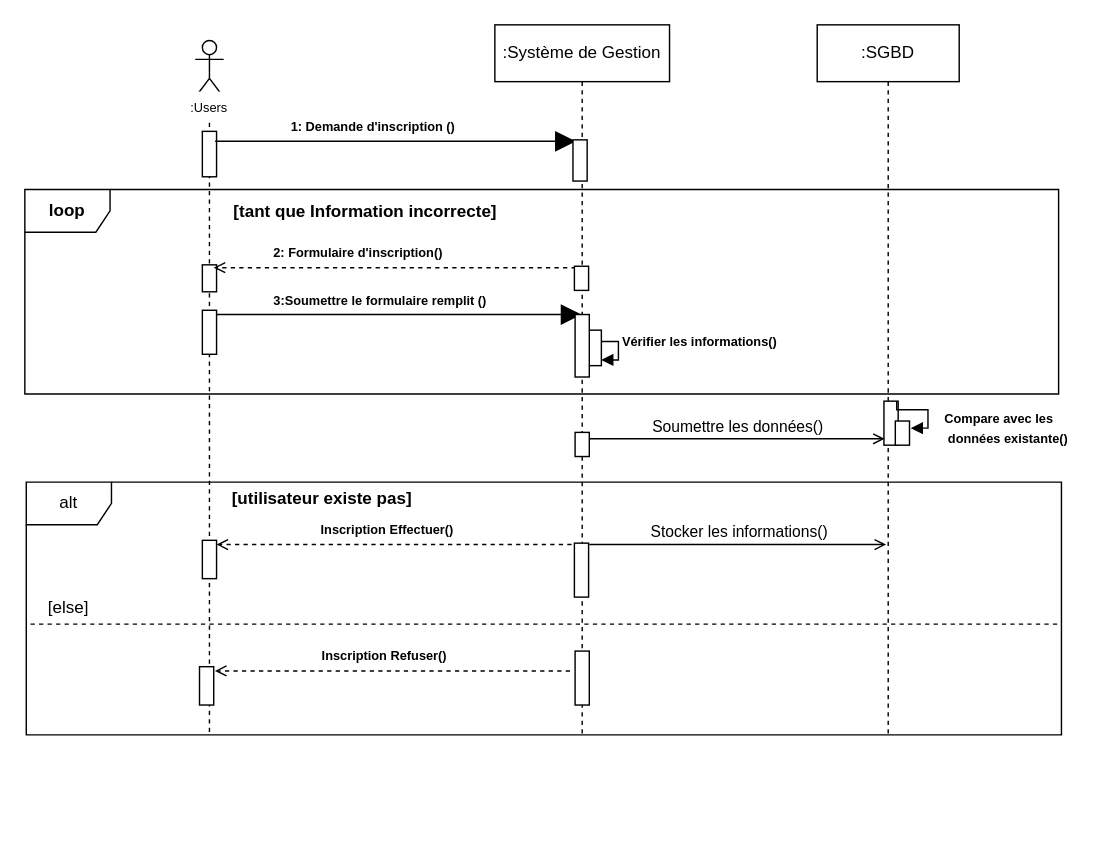
louis-fresnel99/TpGasaL1 keeps this draw.io diagram as Diagramme sequence5.drawio. Above is the earlier version. Source tidied: cells renumbered, new cells numbered last; positions are measured from the earlier drawing's top-left corner, leaving out a move shared by most shapes. Both pictures are drawn from the tidied source at 142%, with x=0, y=0 at pixel (24, 24).
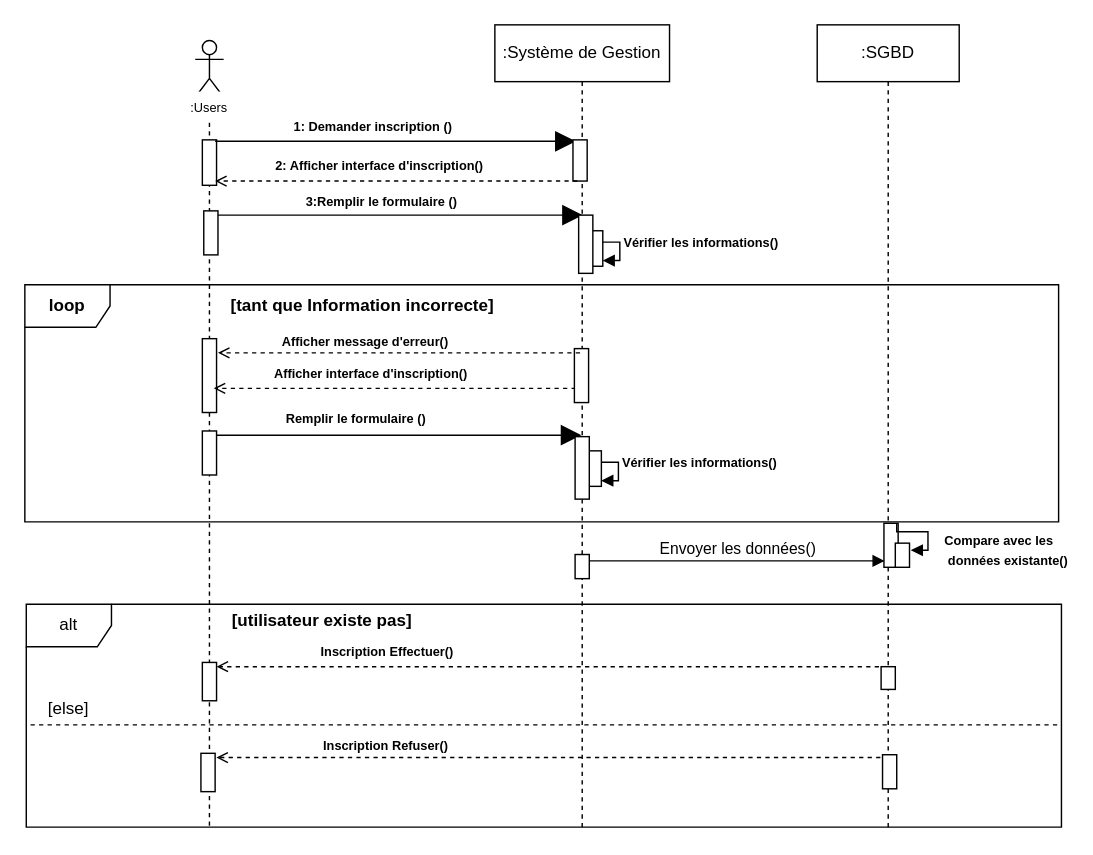
The same page after the edit.

Commit message:
Mettre à jour Diagramme sequence5.drawio

The edit, as a diff of the source:
```diff
@@
     <mxCell id="2" value=":Système de Gestion" style="shape=umlLifeline;perimeter=lifelinePerimeter;whiteSpace=wrap;html=1;newEdgeStyle={&quot;edgeStyle&quot;:&quot;elbowEdgeStyle&quot;,&quot;elbow&quot;:&quot;vertical&quot;,&quot;curved&quot;:0,&quot;rounded&quot;:0};fillColor=light-dark(#FFFFFF, #ffffff);strokeColor=light-dark(#000000,#000000);labelBackgroundColor=none;fontColor=light-dark(#000000,#000000);" parent="1" vertex="1">
-      <mxGeometry x="331" width="123" height="502" as="geometry" />
+      <mxGeometry x="331" width="123" height="567" as="geometry" />
     </mxCell>
     <mxCell id="3" style="shape=umlLifeline;perimeter=lifelinePerimeter;whiteSpace=wrap;html=1;newEdgeStyle={&quot;curved&quot;:0,&quot;rounded&quot;:0};participant=umlActor;fillColor=light-dark(#FFFFFF,#000000);strokeColor=light-dark(#000000,#000000);" parent="1" vertex="1">
-      <mxGeometry x="120" y="11" width="20" height="488" as="geometry" />
+      <mxGeometry x="120" y="11" width="20" height="554" as="geometry" />
     </mxCell>
     <mxCell id="4" style="html=1;perimeter=orthogonalPerimeter;targetShapes=umlLifeline;newEdgeStyle={&quot;curved&quot;:0,&quot;rounded&quot;:0};fillColor=light-dark(#FFFFFF,#FFFFFF);strokeColor=light-dark(#000000,#000000);" parent="3" vertex="1">
-      <mxGeometry x="5" y="64" width="10" height="32" as="geometry" />
+      <mxGeometry x="5" y="70" width="10" height="32" as="geometry" />
     </mxCell>
     <mxCell id="5" style="html=1;perimeter=orthogonalPerimeter;targetShapes=umlLifeline;newEdgeStyle={&quot;curved&quot;:0,&quot;rounded&quot;:0};fillColor=light-dark(#FFFFFF,#FFFFFF);strokeColor=light-dark(#000000,#000000);" parent="3" vertex="1">
-      <mxGeometry x="5" y="158" width="10" height="19" as="geometry" />
+      <mxGeometry x="5" y="210" width="10" height="52" as="geometry" />
     </mxCell>
     <mxCell id="6" style="html=1;perimeter=orthogonalPerimeter;targetShapes=umlLifeline;newEdgeStyle={&quot;curved&quot;:0,&quot;rounded&quot;:0};fillColor=light-dark(#FFFFFF,#FFFFFF);strokeColor=light-dark(#000000,#000000);" parent="3" vertex="1">
-      <mxGeometry x="5" y="190" width="10" height="31" as="geometry" />
+      <mxGeometry x="5" y="275" width="10" height="31" as="geometry" />
     </mxCell>
     <mxCell id="7" style="html=1;perimeter=orthogonalPerimeter;targetShapes=umlLifeline;newEdgeStyle={&quot;curved&quot;:0,&quot;rounded&quot;:0};fillColor=light-dark(#FFFFFF,#FFFFFF);strokeColor=light-dark(#000000,#000000);" parent="3" vertex="1">
-      <mxGeometry x="5" y="352" width="10" height="27" as="geometry" />
+      <mxGeometry x="5" y="438" width="10" height="27" as="geometry" />
     </mxCell>
@@
-    <mxCell id="9" value="&lt;font style=&quot;font-size: 9px;&quot;&gt;&lt;b&gt;1: Demande d'inscription ()&lt;/b&gt;&lt;/font&gt;" style="text;html=1;align=center;verticalAlign=middle;whiteSpace=wrap;rounded=0;" parent="1" vertex="1">
+    <mxCell id="9" value="&lt;font style=&quot;font-size: 9px;&quot;&gt;&lt;b&gt;1: Demander inscription ()&lt;/b&gt;&lt;/font&gt;" style="text;html=1;align=center;verticalAlign=middle;whiteSpace=wrap;rounded=0;" parent="1" vertex="1">
       <mxGeometry x="185" y="60" width="121" height="22" as="geometry" />
     </mxCell>
     <mxCell id="10" style="endArrow=open;html=1;rounded=0;strokeColor=light-dark(#000000,#000000);dashed=1;strokeWidth=1;endFill=0;" parent="1" edge="1">
       <mxGeometry relative="1" as="geometry">
-        <mxPoint x="388" y="171" as="sourcePoint" />
-        <mxPoint x="133" y="171" as="targetPoint" />
+        <mxPoint x="388" y="256" as="sourcePoint" />
+        <mxPoint x="133" y="256" as="targetPoint" />
       </mxGeometry>
     </mxCell>
-    <mxCell id="11" value="&lt;font style=&quot;color: light-dark(rgb(0, 0, 0), rgb(0, 0, 0)); font-size: 9px;&quot;&gt;&lt;b&gt;2: Formulaire d'inscription()&lt;/b&gt;&lt;/font&gt;" style="text;html=1;align=center;verticalAlign=middle;whiteSpace=wrap;rounded=0;" parent="1" vertex="1">
-      <mxGeometry x="169" y="149" width="132" height="22" as="geometry" />
+    <mxCell id="11" value="&lt;b style=&quot;font-size: 9px;&quot;&gt;Afficher interface d'inscription()&lt;/b&gt;" style="text;html=1;align=center;verticalAlign=middle;whiteSpace=wrap;rounded=0;" parent="1" vertex="1">
+      <mxGeometry x="169" y="234" width="150" height="22" as="geometry" />
     </mxCell>
     <mxCell id="12" style="endArrow=block;endFill=1;endSize=12;html=1;rounded=0;strokeColor=light-dark(#000000,#000000);" parent="1" edge="1">
       <mxGeometry relative="1" as="geometry">
-        <mxPoint x="135" y="204" as="sourcePoint" />
-        <mxPoint x="392" y="204" as="targetPoint" />
+        <mxPoint x="135" y="289" as="sourcePoint" />
+        <mxPoint x="392" y="289" as="targetPoint" />
       </mxGeometry>
     </mxCell>
-    <mxCell id="13" value="&lt;font style=&quot;color: light-dark(rgb(0, 0, 0), rgb(0, 0, 0)); font-size: 9px;&quot;&gt;&lt;b&gt;3:Soumettre le formulaire remplit ()&lt;/b&gt;&lt;/font&gt;" style="text;html=1;align=center;verticalAlign=middle;whiteSpace=wrap;rounded=0;" parent="1" vertex="1">
-      <mxGeometry x="171" y="185" width="159" height="17" as="geometry" />
+    <mxCell id="13" value="&lt;font style=&quot;color: light-dark(rgb(0, 0, 0), rgb(0, 0, 0)); font-size: 9px;&quot;&gt;&lt;b&gt;Remplir le formulaire ()&lt;/b&gt;&lt;/font&gt;" style="text;html=1;align=center;verticalAlign=middle;whiteSpace=wrap;rounded=0;" parent="1" vertex="1">
+      <mxGeometry x="154" y="268" width="159" height="17" as="geometry" />
     </mxCell>
@@
     <mxCell id="15" value="&lt;b&gt;loop&lt;/b&gt;" style="shape=umlFrame;whiteSpace=wrap;html=1;" parent="1" vertex="1">
-      <mxGeometry y="116" width="728" height="144" as="geometry" />
+      <mxGeometry y="183" width="728" height="167" as="geometry" />
     </mxCell>
     <mxCell id="16" value="&lt;b&gt;[tant que Information incorrecte]&lt;/b&gt;" style="text;html=1;align=center;verticalAlign=middle;whiteSpace=wrap;rounded=0;" parent="1" vertex="1">
-      <mxGeometry x="134.9" y="122" width="210.1" height="20" as="geometry" />
+      <mxGeometry x="133" y="188" width="210.1" height="20" as="geometry" />
     </mxCell>
     <mxCell id="17" value="&lt;font style=&quot;font-size: 9px;&quot;&gt;&lt;b&gt;Vérifier les informations()&lt;/b&gt;&lt;/font&gt;" style="html=1;align=left;spacingLeft=2;endArrow=block;rounded=0;edgeStyle=orthogonalEdgeStyle;curved=0;rounded=0;" parent="1" edge="1">
       <mxGeometry relative="1" as="geometry">
-        <mxPoint x="396" y="217" as="sourcePoint" />
-        <mxPoint x="405.9" y="236" as="targetPoint" />
+        <mxPoint x="396" y="302" as="sourcePoint" />
+        <mxPoint x="405.9" y="321" as="targetPoint" />
         <Array as="points">
-          <mxPoint x="396" y="223" />
-          <mxPoint x="418" y="223" />
-          <mxPoint x="418" y="236" />
+          <mxPoint x="396" y="308" />
+          <mxPoint x="418" y="308" />
+          <mxPoint x="418" y="321" />
         </Array>
       </mxGeometry>
     </mxCell>
     <mxCell id="18" style="html=1;perimeter=orthogonalPerimeter;targetShapes=umlLifeline;newEdgeStyle={&quot;curved&quot;:0,&quot;rounded&quot;:0};fillColor=light-dark(#FFFFFF,#FFFFFF);strokeColor=light-dark(#000000,#000000);" parent="1" vertex="1">
-      <mxGeometry x="396" y="215" width="10" height="25" as="geometry" />
+      <mxGeometry x="396" y="300" width="10" height="25" as="geometry" />
     </mxCell>
     <mxCell id="19" value="alt" style="shape=umlFrame;whiteSpace=wrap;html=1;" parent="1" vertex="1">
-      <mxGeometry x="1" y="322" width="729" height="178" as="geometry" />
+      <mxGeometry x="1" y="408" width="729" height="157" as="geometry" />
     </mxCell>
     <mxCell id="20" value="&lt;b&gt;[utilisateur existe pas]&lt;/b&gt;" style="text;html=1;align=center;verticalAlign=middle;whiteSpace=wrap;rounded=0;" parent="1" vertex="1">
-      <mxGeometry x="140" y="324" width="139" height="20" as="geometry" />
+      <mxGeometry x="140" y="410" width="139" height="20" as="geometry" />
     </mxCell>
-    <mxCell id="21" style="endArrow=open;html=1;rounded=0;strokeColor=light-dark(#000000,#000000);dashed=1;strokeWidth=1;endFill=0;" parent="1" edge="1">
+    <mxCell id="21" style="endArrow=open;html=1;rounded=0;strokeColor=light-dark(#000000,#000000);dashed=1;strokeWidth=1;endFill=0;" parent="1" edge="1" source="29">
       <mxGeometry relative="1" as="geometry">
-        <mxPoint x="385" y="366" as="sourcePoint" />
-        <mxPoint x="135" y="366" as="targetPoint" />
+        <mxPoint x="135" y="452" as="targetPoint" />
       </mxGeometry>
     </mxCell>
     <mxCell id="22" value="&lt;font style=&quot;color: light-dark(rgb(0, 0, 0), rgb(0, 0, 0)); font-size: 9px;&quot;&gt;&lt;b&gt;Inscription Effectuer()&lt;/b&gt;&lt;/font&gt;" style="text;html=1;align=center;verticalAlign=middle;whiteSpace=wrap;rounded=0;" parent="1" vertex="1">
-      <mxGeometry x="176" y="346" width="159" height="17" as="geometry" />
+      <mxGeometry x="176" y="432" width="159" height="17" as="geometry" />
     </mxCell>
     <mxCell id="23" style="line;strokeWidth=1;fillColor=none;align=left;verticalAlign=middle;spacingTop=-1;spacingLeft=3;spacingRight=3;labelPosition=right;strokeColor=inherit;dashed=1;" parent="1" vertex="1">
-      <mxGeometry x="4" y="418" width="723" height="8" as="geometry" />
+      <mxGeometry x="4" y="489" width="723" height="8" as="geometry" />
     </mxCell>
     <mxCell id="24" value="[else]" style="text;html=1;align=center;verticalAlign=middle;whiteSpace=wrap;rounded=0;" parent="1" vertex="1">
-      <mxGeometry x="8" y="401" width="46" height="20" as="geometry" />
+      <mxGeometry x="8" y="472" width="46" height="20" as="geometry" />
     </mxCell>
     <mxCell id="25" style="html=1;perimeter=orthogonalPerimeter;targetShapes=umlLifeline;newEdgeStyle={&quot;curved&quot;:0,&quot;rounded&quot;:0};fillColor=light-dark(#FFFFFF,#FFFFFF);strokeColor=light-dark(#000000,#000000);" parent="1" vertex="1">
-      <mxGeometry x="123" y="452" width="10" height="27" as="geometry" />
+      <mxGeometry x="124" y="513" width="10" height="27" as="geometry" />
     </mxCell>
     <mxCell id="26" style="endArrow=open;html=1;rounded=0;strokeColor=light-dark(#000000,#000000);dashed=1;strokeWidth=1;endFill=0;" parent="1" edge="1">
       <mxGeometry relative="1" as="geometry">
-        <mxPoint x="383.9" y="455" as="sourcePoint" />
-        <mxPoint x="133.9" y="455" as="targetPoint" />
+        <mxPoint x="608.5" y="516" as="sourcePoint" />
+        <mxPoint x="134.9" y="516" as="targetPoint" />
       </mxGeometry>
     </mxCell>
     <mxCell id="27" value="&lt;font style=&quot;color: light-dark(rgb(0, 0, 0), rgb(0, 0, 0)); font-size: 9px;&quot;&gt;&lt;b&gt;Inscription Refuser()&lt;/b&gt;&lt;/font&gt;" style="text;html=1;align=center;verticalAlign=middle;whiteSpace=wrap;rounded=0;" parent="1" vertex="1">
-      <mxGeometry x="174" y="435" width="159" height="17" as="geometry" />
+      <mxGeometry x="175" y="498" width="159" height="17" as="geometry" />
     </mxCell>
-    <mxCell id="28" style="html=1;perimeter=orthogonalPerimeter;targetShapes=umlLifeline;newEdgeStyle={&quot;curved&quot;:0,&quot;rounded&quot;:0};fillColor=light-dark(#FFFFFF,#FFFFFF);strokeColor=light-dark(#000000,#000000);" parent="1" vertex="1">
-      <mxGeometry x="387.5" y="441" width="10" height="38" as="geometry" />
-    </mxCell>
     <mxCell id="29" value=":SGBD" style="shape=umlLifeline;perimeter=lifelinePerimeter;whiteSpace=wrap;html=1;outlineConnect=0;portConstraint=eastwest;newEdgeStyle={&quot;curved&quot;:0,&quot;rounded&quot;:0};" parent="1" vertex="1">
-      <mxGeometry x="558" width="100" height="500" as="geometry" />
+      <mxGeometry x="558" width="100" height="566" as="geometry" />
     </mxCell>
     <mxCell id="30" style="html=1;perimeter=orthogonalPerimeter;targetShapes=umlLifeline;newEdgeStyle={&quot;curved&quot;:0,&quot;rounded&quot;:0};fillColor=light-dark(#FFFFFF,#FFFFFF);strokeColor=light-dark(#000000,#000000);" parent="29" vertex="1">
-      <mxGeometry x="47" y="265" width="10" height="31" as="geometry" />
+      <mxGeometry x="47" y="351" width="10" height="31" as="geometry" />
     </mxCell>
     <mxCell id="31" style="html=1;perimeter=orthogonalPerimeter;targetShapes=umlLifeline;newEdgeStyle={&quot;curved&quot;:0,&quot;rounded&quot;:0};fillColor=light-dark(#FFFFFF,#FFFFFF);strokeColor=light-dark(#000000,#000000);" parent="29" vertex="1">
-      <mxGeometry x="55" y="279" width="10" height="17" as="geometry" />
+      <mxGeometry x="55" y="365" width="10" height="17" as="geometry" />
     </mxCell>
+    <mxCell id="37" style="html=1;perimeter=orthogonalPerimeter;targetShapes=umlLifeline;newEdgeStyle={&quot;curved&quot;:0,&quot;rounded&quot;:0};fillColor=light-dark(#FFFFFF,#FFFFFF);strokeColor=light-dark(#000000,#000000);" parent="29" vertex="1">
+      <mxGeometry x="45" y="452" width="10" height="16" as="geometry" />
+    </mxCell>
+    <mxCell id="28" style="html=1;perimeter=orthogonalPerimeter;targetShapes=umlLifeline;newEdgeStyle={&quot;curved&quot;:0,&quot;rounded&quot;:0};fillColor=light-dark(#FFFFFF,#FFFFFF);strokeColor=light-dark(#000000,#000000);" parent="29" vertex="1">
+      <mxGeometry x="46" y="514" width="10" height="24" as="geometry" />
+    </mxCell>
-    <mxCell id="32" value="Soumettre les données()" style="html=1;verticalAlign=bottom;endArrow=open;curved=0;rounded=0;endFill=0;" parent="1" edge="1">
+    <mxCell id="32" value="Envoyer les données()" style="html=1;verticalAlign=bottom;endArrow=block;curved=0;rounded=0;endFill=1;" parent="1" edge="1">
       <mxGeometry relative="1" as="geometry">
-        <mxPoint x="396.5" y="291.5" as="sourcePoint" />
-        <mxPoint x="605.5" y="291.5" as="targetPoint" />
+        <mxPoint x="396.5" y="377.5" as="sourcePoint" />
+        <mxPoint x="605.5" y="377.5" as="targetPoint" />
       </mxGeometry>
     </mxCell>
     <mxCell id="33" value="&lt;font style=&quot;font-size: 9px;&quot;&gt;&lt;b&gt;Compare avec les&lt;/b&gt;&lt;/font&gt;&lt;div&gt;&lt;font style=&quot;font-size: 9px;&quot;&gt;&lt;b&gt;&amp;nbsp;données existante()&lt;/b&gt;&lt;/font&gt;&lt;/div&gt;" style="html=1;align=left;spacingLeft=2;endArrow=block;rounded=0;edgeStyle=orthogonalEdgeStyle;curved=0;rounded=0;" parent="1" edge="1">
       <mxGeometry x="0.54" y="-8" relative="1" as="geometry">
-        <mxPoint x="614" y="265" as="sourcePoint" />
-        <mxPoint x="623.9" y="284" as="targetPoint" />
+        <mxPoint x="614" y="351" as="sourcePoint" />
+        <mxPoint x="623.9" y="370" as="targetPoint" />
         <Array as="points">
-          <mxPoint x="614" y="271" />
-          <mxPoint x="636" y="271" />
-          <mxPoint x="636" y="284" />
+          <mxPoint x="614" y="357" />
+          <mxPoint x="636" y="357" />
+          <mxPoint x="636" y="370" />
         </Array>
         <mxPoint x="8" y="8" as="offset" />
       </mxGeometry>
     </mxCell>
@@
     <mxCell id="35" style="html=1;perimeter=orthogonalPerimeter;targetShapes=umlLifeline;newEdgeStyle={&quot;curved&quot;:0,&quot;rounded&quot;:0};fillColor=light-dark(#FFFFFF,#FFFFFF);strokeColor=light-dark(#000000,#000000);" parent="1" vertex="1">
-      <mxGeometry x="387" y="170" width="10" height="17" as="geometry" />
+      <mxGeometry x="387" y="228" width="10" height="38" as="geometry" />
     </mxCell>
     <mxCell id="36" style="html=1;perimeter=orthogonalPerimeter;targetShapes=umlLifeline;newEdgeStyle={&quot;curved&quot;:0,&quot;rounded&quot;:0};fillColor=light-dark(#FFFFFF,#FFFFFF);strokeColor=light-dark(#000000,#000000);" parent="1" vertex="1">
-      <mxGeometry x="387.5" y="204" width="10" height="44" as="geometry" />
+      <mxGeometry x="387.5" y="290" width="10" height="44" as="geometry" />
     </mxCell>
-    <mxCell id="37" style="html=1;perimeter=orthogonalPerimeter;targetShapes=umlLifeline;newEdgeStyle={&quot;curved&quot;:0,&quot;rounded&quot;:0};fillColor=light-dark(#FFFFFF,#FFFFFF);strokeColor=light-dark(#000000,#000000);" parent="1" vertex="1">
-      <mxGeometry x="387" y="365" width="10" height="38" as="geometry" />
-    </mxCell>
     <mxCell id="38" style="html=1;perimeter=orthogonalPerimeter;targetShapes=umlLifeline;newEdgeStyle={&quot;curved&quot;:0,&quot;rounded&quot;:0};fillColor=light-dark(#FFFFFF,#FFFFFF);strokeColor=light-dark(#000000,#000000);" parent="1" vertex="1">
-      <mxGeometry x="387.5" y="287" width="10" height="17" as="geometry" />
+      <mxGeometry x="387.5" y="373" width="10" height="17" as="geometry" />
     </mxCell>
-    <mxCell id="39" value="Stocker les informations()" style="html=1;verticalAlign=bottom;endArrow=open;curved=0;rounded=0;endFill=0;" parent="1" edge="1">
-      <mxGeometry relative="1" as="geometry">
-        <mxPoint x="397.5" y="366" as="sourcePoint" />
-        <mxPoint x="606.5" y="366" as="targetPoint" />
-      </mxGeometry>
-    </mxCell>
+    <mxCell id="40" style="html=1;perimeter=orthogonalPerimeter;targetShapes=umlLifeline;newEdgeStyle={&quot;curved&quot;:0,&quot;rounded&quot;:0};fillColor=light-dark(#FFFFFF,#FFFFFF);strokeColor=light-dark(#000000,#000000);" parent="1" vertex="1">
+      <mxGeometry x="126" y="131" width="10" height="31" as="geometry" />
+    </mxCell>
+    <mxCell id="41" style="endArrow=open;html=1;rounded=0;strokeColor=light-dark(#000000,#000000);dashed=1;strokeWidth=1;endFill=0;" parent="1" edge="1">
+      <mxGeometry relative="1" as="geometry">
+        <mxPoint x="389" y="110" as="sourcePoint" />
+        <mxPoint x="134" y="110" as="targetPoint" />
+      </mxGeometry>
+    </mxCell>
+    <mxCell id="42" value="&lt;font style=&quot;color: light-dark(rgb(0, 0, 0), rgb(0, 0, 0)); font-size: 9px;&quot;&gt;&lt;b&gt;2: Afficher interface d'inscription()&lt;/b&gt;&lt;/font&gt;" style="text;html=1;align=center;verticalAlign=middle;whiteSpace=wrap;rounded=0;" parent="1" vertex="1">
+      <mxGeometry x="170" y="88" width="160" height="22" as="geometry" />
+    </mxCell>
+    <mxCell id="43" style="endArrow=block;endFill=1;endSize=12;html=1;rounded=0;strokeColor=light-dark(#000000,#000000);" parent="1" edge="1">
+      <mxGeometry relative="1" as="geometry">
+        <mxPoint x="136" y="134" as="sourcePoint" />
+        <mxPoint x="393" y="134" as="targetPoint" />
+      </mxGeometry>
+    </mxCell>
+    <mxCell id="44" value="&lt;font style=&quot;color: light-dark(rgb(0, 0, 0), rgb(0, 0, 0)); font-size: 9px;&quot;&gt;&lt;b&gt;3:Remplir le formulaire ()&lt;/b&gt;&lt;/font&gt;" style="text;html=1;align=center;verticalAlign=middle;whiteSpace=wrap;rounded=0;" parent="1" vertex="1">
+      <mxGeometry x="172" y="115" width="159" height="17" as="geometry" />
+    </mxCell>
+    <mxCell id="45" value="&lt;font style=&quot;font-size: 9px;&quot;&gt;&lt;b&gt;Vérifier les informations()&lt;/b&gt;&lt;/font&gt;" style="html=1;align=left;spacingLeft=2;endArrow=block;rounded=0;edgeStyle=orthogonalEdgeStyle;curved=0;rounded=0;" parent="1" edge="1">
+      <mxGeometry relative="1" as="geometry">
+        <mxPoint x="397" y="147" as="sourcePoint" />
+        <mxPoint x="406.9" y="166" as="targetPoint" />
+        <Array as="points">
+          <mxPoint x="397" y="153" />
+          <mxPoint x="419" y="153" />
+          <mxPoint x="419" y="166" />
+        </Array>
+      </mxGeometry>
+    </mxCell>
+    <mxCell id="46" style="html=1;perimeter=orthogonalPerimeter;targetShapes=umlLifeline;newEdgeStyle={&quot;curved&quot;:0,&quot;rounded&quot;:0};fillColor=light-dark(#FFFFFF,#FFFFFF);strokeColor=light-dark(#000000,#000000);" parent="1" vertex="1">
+      <mxGeometry x="397" y="145" width="10" height="25" as="geometry" />
+    </mxCell>
+    <mxCell id="47" style="html=1;perimeter=orthogonalPerimeter;targetShapes=umlLifeline;newEdgeStyle={&quot;curved&quot;:0,&quot;rounded&quot;:0};fillColor=light-dark(#FFFFFF,#FFFFFF);strokeColor=light-dark(#000000,#000000);" parent="1" vertex="1">
+      <mxGeometry x="390" y="134" width="10" height="41" as="geometry" />
+    </mxCell>
+    <mxCell id="48" style="endArrow=open;html=1;rounded=0;strokeColor=light-dark(#000000,#000000);dashed=1;strokeWidth=1;endFill=0;" parent="1" edge="1">
+      <mxGeometry relative="1" as="geometry">
+        <mxPoint x="391" y="231" as="sourcePoint" />
+        <mxPoint x="136" y="231" as="targetPoint" />
+      </mxGeometry>
+    </mxCell>
+    <mxCell id="49" value="&lt;font style=&quot;color: light-dark(rgb(0, 0, 0), rgb(0, 0, 0)); font-size: 9px;&quot;&gt;&lt;b&gt;Afficher message d'erreur()&lt;/b&gt;&lt;/font&gt;" style="text;html=1;align=center;verticalAlign=middle;whiteSpace=wrap;rounded=0;" parent="1" vertex="1">
+      <mxGeometry x="174" y="212" width="132" height="22" as="geometry" />
+    </mxCell>
```
